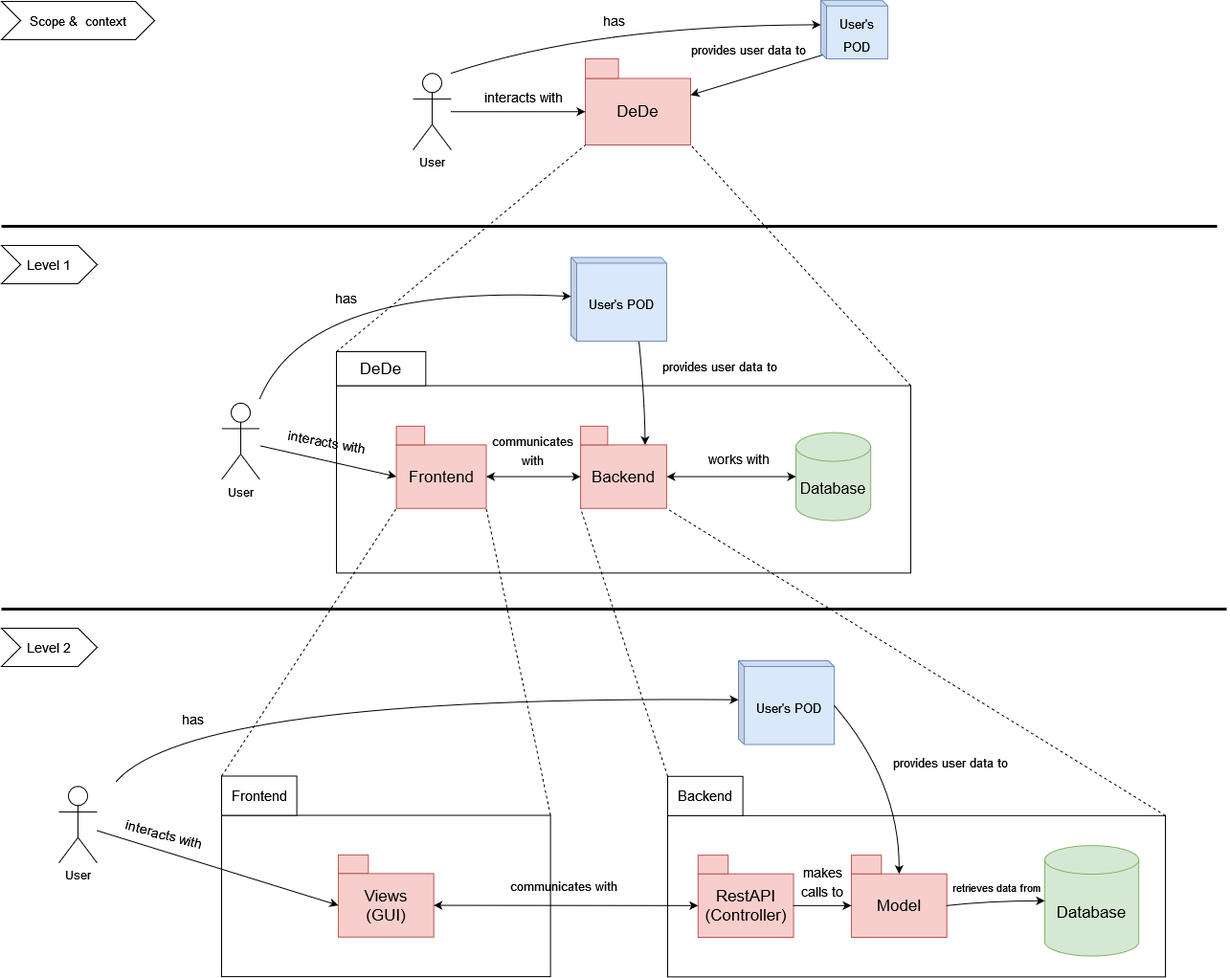
Arquisoft/dede_en2b keeps this draw.io diagram as docs/images/05_building_blocks_complete.png. Above is the earlier version. Source tidied: cells renumbered, new cells last; positions are measured from the earlier drawing's top-left corner, leaving out a move shared by most shapes.
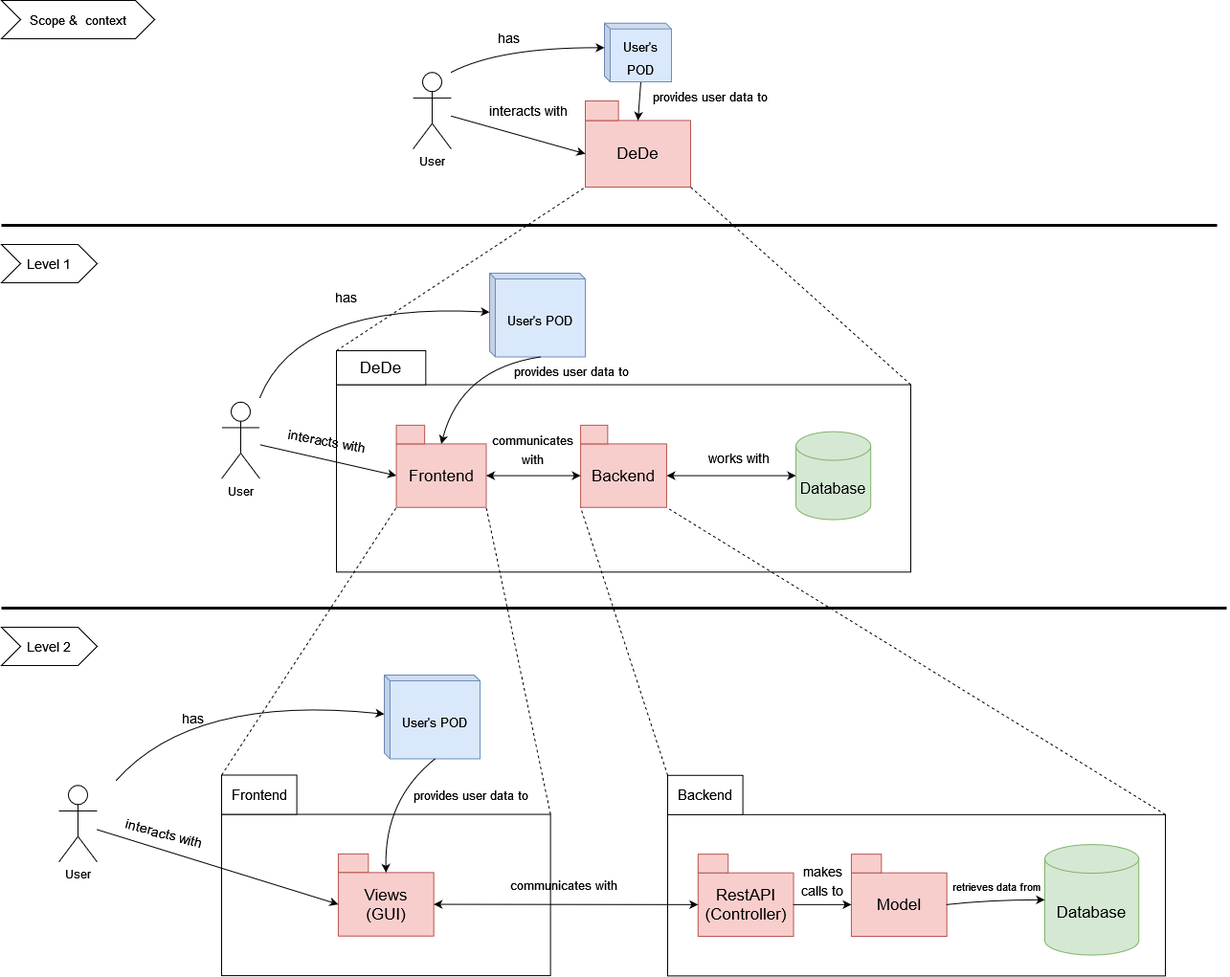
After the commit.

What changed in the source:
```diff
@@ -6,7 +6,7 @@
       <mxGeometry x="430" y="76.2" width="40" height="80" as="geometry" />
     </mxCell>
     <mxCell id="3" style="group;" parent="1" vertex="1">
-      <mxGeometry x="610" y="61" width="110" height="90" as="geometry" />
+      <mxGeometry x="610" y="106" width="110" height="90" as="geometry" />
     </mxCell>
     <mxCell id="4" value="&lt;font style=&quot;font-size: 17px&quot;&gt;DeDe&lt;/font&gt;" style="rounded=0;whiteSpace=wrap;html=1;fillColor=#f8cecc;strokeColor=#b85450;" parent="3" vertex="1">
       <mxGeometry y="20.5" width="110" height="69.5" as="geometry" />
@@ -17,17 +17,17 @@
     <mxCell id="6" style="endArrow=classic;html=1;rounded=0;fontSize=20;curved=1;entryX=0;entryY=0.5;entryDx=0;entryDy=0;" parent="1" edge="1" source="2" target="4">
       <mxGeometry relative="1" as="geometry" />
     </mxCell>
-    <mxCell id="7" style="edgeStyle=none;rounded=0;jettySize=auto;html=1;exitX=0;exitY=0;exitDx=5;exitDy=56.25;exitPerimeter=0;entryX=1;entryY=0.25;entryDx=0;entryDy=0;fontSize=13;elbow=vertical;" parent="1" edge="1" source="8" target="4">
+    <mxCell id="7" style="edgeStyle=none;rounded=0;jettySize=auto;html=1;exitX=0;exitY=0;exitDx=38;exitDy=61.25;exitPerimeter=0;entryX=0.5;entryY=0;entryDx=0;entryDy=0;fontSize=13;elbow=vertical;" parent="1" edge="1" source="8" target="4">
       <mxGeometry relative="1" as="geometry" />
     </mxCell>
     <mxCell id="8" value="&lt;font style=&quot;font-size: 13px&quot;&gt;User's POD&lt;/font&gt;" style="shape=cube;whiteSpace=wrap;html=1;boundedLbl=1;backgroundOutline=1;darkOpacity=0.05;darkOpacity2=0.1;fontSize=20;size=6;fillColor=#dae8fc;strokeColor=#6c8ebf;" parent="1" vertex="1">
-      <mxGeometry x="856" y="-0.2" width="70" height="61.2" as="geometry" />
+      <mxGeometry x="630" y="24.8" width="70" height="61.2" as="geometry" />
     </mxCell>
     <mxCell id="9" style="endArrow=classic;html=1;rounded=0;fontSize=13;curved=1;entryX=0;entryY=0;entryDx=0;entryDy=25.625;entryPerimeter=0;" parent="1" edge="1" target="8">
       <mxGeometry relative="1" as="geometry">
         <mxPoint x="470" y="76" as="sourcePoint" />
         <Array as="points">
-          <mxPoint x="620" y="26" />
+          <mxPoint x="520" y="50" />
         </Array>
       </mxGeometry>
     </mxCell>
@@ -76,14 +76,6 @@
     <mxCell id="23" style="rounded=0;whiteSpace=wrap;html=1;fillColor=#f8cecc;strokeColor=#b85450;" parent="21" vertex="1">
       <mxGeometry width="28.3" height="19.5" as="geometry" />
     </mxCell>
-    <mxCell id="24" style="edgeStyle=none;jettySize=auto;html=1;exitX=0;exitY=0;exitDx=5;exitDy=56.25;exitPerimeter=0;entryX=0.75;entryY=0;entryDx=0;entryDy=0;fontSize=13;elbow=vertical;curved=1;" parent="11" edge="1" target="22">
-      <mxGeometry relative="1" as="geometry">
-        <mxPoint x="246" as="sourcePoint" />
-        <Array as="points">
-          <mxPoint x="252" y="60" />
-        </Array>
-      </mxGeometry>
-    </mxCell>
     <mxCell id="25" style="endArrow=classic;startArrow=classic;html=1;shadow=0;fontSize=17;strokeWidth=1;curved=1;elbow=vertical;exitX=1;exitY=0.5;exitDx=0;exitDy=0;entryX=0;entryY=0.5;entryDx=0;entryDy=0;" parent="11" edge="1" source="18" target="22">
       <mxGeometry relative="1" as="geometry" />
     </mxCell>
@@ -91,16 +83,16 @@
       <mxGeometry x="105" y="100" width="60" height="27.9" as="geometry" />
     </mxCell>
     <mxCell id="27" value="&lt;font style=&quot;font-size: 13px&quot;&gt;provides user data to&lt;/font&gt;" style="text;html=1;align=center;verticalAlign=middle;strokeColor=none;fillColor=none;fontSize=17;" parent="11" vertex="1">
-      <mxGeometry x="260" y="11" width="140" height="30" as="geometry" />
+      <mxGeometry x="105" y="16.6" width="140" height="30" as="geometry" />
     </mxCell>
     <mxCell id="28" value="&lt;font style=&quot;font-size: 14px&quot;&gt;interacts with&lt;/font&gt;" style="text;html=1;align=center;verticalAlign=middle;strokeColor=none;fillColor=none;fontSize=17;" parent="1" vertex="1">
-      <mxGeometry x="495" y="86" width="100" height="30" as="geometry" />
+      <mxGeometry x="500" y="101.2" width="100" height="30" as="geometry" />
     </mxCell>
     <mxCell id="29" value="&lt;font style=&quot;font-size: 14px&quot;&gt;has&lt;/font&gt;" style="text;html=1;align=center;verticalAlign=middle;strokeColor=none;fillColor=none;fontSize=17;" parent="1" vertex="1">
-      <mxGeometry x="620" y="6" width="40" height="30" as="geometry" />
+      <mxGeometry x="510" y="24.8" width="40" height="30" as="geometry" />
     </mxCell>
     <mxCell id="30" value="&lt;font style=&quot;font-size: 13px&quot;&gt;provides user data to&lt;/font&gt;" style="text;html=1;align=center;verticalAlign=middle;strokeColor=none;fillColor=none;fontSize=17;" parent="1" vertex="1">
-      <mxGeometry x="710" y="36" width="140" height="30" as="geometry" />
+      <mxGeometry x="670" y="86" width="140" height="30" as="geometry" />
     </mxCell>
     <mxCell id="31" value="Level 1" style="shape=step;perimeter=stepPerimeter;whiteSpace=wrap;html=1;fixedSize=1;fontSize=14;" parent="1" vertex="1">
       <mxGeometry y="256" width="100" height="40" as="geometry" />
@@ -118,13 +110,13 @@
       </mxGeometry>
     </mxCell>
     <mxCell id="35" value="&lt;font style=&quot;font-size: 13px&quot;&gt;User's POD&lt;/font&gt;" style="shape=cube;whiteSpace=wrap;html=1;boundedLbl=1;backgroundOutline=1;darkOpacity=0.05;darkOpacity2=0.1;fontSize=20;size=6;fillColor=#dae8fc;strokeColor=#6c8ebf;" parent="1" vertex="1">
-      <mxGeometry x="595" y="268.5" width="100" height="87.5" as="geometry" />
+      <mxGeometry x="510" y="286" width="100" height="87.5" as="geometry" />
     </mxCell>
     <mxCell id="36" style="endArrow=classic;html=1;shadow=0;fontSize=17;strokeWidth=1;elbow=vertical;entryX=0;entryY=0;entryDx=0;entryDy=40.75;entryPerimeter=0;exitX=0;exitY=0;exitDx=0;exitDy=40.75;exitPerimeter=0;curved=1;" parent="1" edge="1" target="35">
       <mxGeometry relative="1" as="geometry">
         <mxPoint x="270" y="416" as="sourcePoint" />
         <Array as="points">
-          <mxPoint x="320" y="296" />
+          <mxPoint x="310" y="316" />
         </Array>
       </mxGeometry>
     </mxCell>
@@ -188,38 +180,38 @@
     <mxCell id="56" value="&lt;font style=&quot;font-size: 14px&quot;&gt;makes calls to&lt;/font&gt;" style="text;html=1;strokeColor=none;fillColor=none;align=center;verticalAlign=middle;whiteSpace=wrap;rounded=0;fontSize=16;" parent="48" vertex="1">
       <mxGeometry x="62" y="150.5" width="60" height="30" as="geometry" />
     </mxCell>
+    <mxCell id="58" value="&lt;font style=&quot;font-size: 11px&quot;&gt;retrieves data from&lt;/font&gt;" style="text;html=1;align=center;verticalAlign=middle;strokeColor=none;fillColor=none;fontSize=17;" parent="48" vertex="1">
+      <mxGeometry x="217.7" y="155.5" width="110" height="30" as="geometry" />
+    </mxCell>
+    <mxCell id="61" value="&lt;font style=&quot;font-size: 13px&quot;&gt;communicates with&lt;/font&gt;" style="text;html=1;strokeColor=none;fillColor=none;align=center;verticalAlign=middle;whiteSpace=wrap;rounded=0;fontSize=17;" parent="41" vertex="1">
+      <mxGeometry x="233.6" y="115.5" width="136.4" height="27.9" as="geometry" />
+    </mxCell>
+    <mxCell id="62" style="endArrow=classic;startArrow=classic;html=1;shadow=0;fontSize=16;strokeWidth=1;curved=1;elbow=vertical;exitX=1;exitY=0.5;exitDx=0;exitDy=0;entryX=0;entryY=0.5;entryDx=0;entryDy=0;" parent="41" edge="1" source="46" target="51">
+      <mxGeometry relative="1" as="geometry" />
+    </mxCell>
-    <mxCell id="57" value="&lt;font style=&quot;font-size: 13px&quot;&gt;provides user data to&lt;/font&gt;" style="text;html=1;align=center;verticalAlign=middle;strokeColor=none;fillColor=none;fontSize=17;" parent="48" vertex="1">
-      <mxGeometry x="155" y="25.3" width="140" height="30" as="geometry" />
+    <mxCell id="57" value="&lt;font style=&quot;font-size: 13px&quot;&gt;provides user data to&lt;/font&gt;" style="text;html=1;align=center;verticalAlign=middle;strokeColor=none;fillColor=none;fontSize=17;" parent="41" vertex="1">
+      <mxGeometry x="133.6" y="20" width="140" height="30" as="geometry" />
     </mxCell>
-    <mxCell id="58" value="&lt;font style=&quot;font-size: 11px&quot;&gt;retrieves data from&lt;/font&gt;" style="text;html=1;align=center;verticalAlign=middle;strokeColor=none;fillColor=none;fontSize=17;" parent="48" vertex="1">
-      <mxGeometry x="217.7" y="155.5" width="110" height="30" as="geometry" />
-    </mxCell>
+    <mxCell id="63" value="&lt;font style=&quot;font-size: 17px&quot;&gt;Database&lt;/font&gt;" style="shape=cylinder3;whiteSpace=wrap;html=1;boundedLbl=1;backgroundOutline=1;size=15;fontSize=13;fillColor=#d5e8d4;strokeColor=#82b366;" parent="40" vertex="1">
+      <mxGeometry x="723.6" y="237.1" width="98.2" height="115.5" as="geometry" />
+    </mxCell>
+    <mxCell id="64" style="jettySize=auto;html=1;exitX=1;exitY=0.5;exitDx=0;exitDy=0;entryX=0;entryY=0.5;entryDx=0;entryDy=0;entryPerimeter=0;shadow=0;fontSize=17;endArrow=classic;endFill=1;strokeWidth=1;elbow=vertical;curved=1;" parent="40" edge="1" source="53" target="63">
+      <mxGeometry relative="1" as="geometry">
+        <Array as="points">
+          <mxPoint x="663.6" y="295" />
+        </Array>
+      </mxGeometry>
+    </mxCell>
-    <mxCell id="59" value="&lt;font style=&quot;font-size: 13px&quot;&gt;User's POD&lt;/font&gt;" style="shape=cube;whiteSpace=wrap;html=1;boundedLbl=1;backgroundOutline=1;darkOpacity=0.05;darkOpacity2=0.1;fontSize=20;size=6;fillColor=#dae8fc;strokeColor=#6c8ebf;" parent="47" vertex="1">
-      <mxGeometry x="4" width="100" height="87.5" as="geometry" />
+    <mxCell id="59" value="&lt;font style=&quot;font-size: 13px&quot;&gt;User's POD&lt;/font&gt;" style="shape=cube;whiteSpace=wrap;html=1;boundedLbl=1;backgroundOutline=1;darkOpacity=0.05;darkOpacity2=0.1;fontSize=20;size=6;fillColor=#dae8fc;strokeColor=#6c8ebf;" parent="40" vertex="1">
+      <mxGeometry x="33.6" y="60" width="100" height="87.5" as="geometry" />
     </mxCell>
-    <mxCell id="60" style="endArrow=classic;html=1;shadow=0;fontSize=17;strokeWidth=1;curved=1;elbow=vertical;exitX=0;exitY=0;exitDx=100;exitDy=46.75;exitPerimeter=0;entryX=0.5;entryY=0;entryDx=0;entryDy=0;" parent="47" edge="1" source="59" target="53">
+    <mxCell id="60" style="endArrow=classic;html=1;shadow=0;fontSize=17;strokeWidth=1;curved=1;elbow=vertical;exitX=0;exitY=0;exitDx=53;exitDy=87.5;exitPerimeter=0;entryX=0.5;entryY=0;entryDx=0;entryDy=0;" parent="40" edge="1" source="59" target="46">
       <mxGeometry relative="1" as="geometry">
         <Array as="points">
-          <mxPoint x="172" y="126" />
+          <mxPoint x="33.6" y="190" />
         </Array>
       </mxGeometry>
     </mxCell>
-    <mxCell id="61" value="&lt;font style=&quot;font-size: 13px&quot;&gt;communicates with&lt;/font&gt;" style="text;html=1;strokeColor=none;fillColor=none;align=center;verticalAlign=middle;whiteSpace=wrap;rounded=0;fontSize=17;" parent="41" vertex="1">
-      <mxGeometry x="233.6" y="115.5" width="136.4" height="27.9" as="geometry" />
-    </mxCell>
-    <mxCell id="62" style="endArrow=classic;startArrow=classic;html=1;shadow=0;fontSize=16;strokeWidth=1;curved=1;elbow=vertical;exitX=1;exitY=0.5;exitDx=0;exitDy=0;entryX=0;entryY=0.5;entryDx=0;entryDy=0;" parent="41" edge="1" source="46" target="51">
-      <mxGeometry relative="1" as="geometry" />
-    </mxCell>
-    <mxCell id="63" value="&lt;font style=&quot;font-size: 17px&quot;&gt;Database&lt;/font&gt;" style="shape=cylinder3;whiteSpace=wrap;html=1;boundedLbl=1;backgroundOutline=1;size=15;fontSize=13;fillColor=#d5e8d4;strokeColor=#82b366;" parent="40" vertex="1">
-      <mxGeometry x="723.6" y="237.1" width="98.2" height="115.5" as="geometry" />
-    </mxCell>
-    <mxCell id="64" style="jettySize=auto;html=1;exitX=1;exitY=0.5;exitDx=0;exitDy=0;entryX=0;entryY=0.5;entryDx=0;entryDy=0;entryPerimeter=0;shadow=0;fontSize=17;endArrow=classic;endFill=1;strokeWidth=1;elbow=vertical;curved=1;" parent="40" edge="1" source="53" target="63">
-      <mxGeometry relative="1" as="geometry">
-        <Array as="points">
-          <mxPoint x="663.6" y="295" />
-        </Array>
-      </mxGeometry>
-    </mxCell>
     <mxCell id="65" value="&lt;div&gt;User&lt;/div&gt;" style="shape=umlActor;verticalLabelPosition=bottom;verticalAlign=top;html=1;outlineConnect=0;" parent="1" vertex="1">
       <mxGeometry x="60" y="821.3" width="40" height="80" as="geometry" />
     </mxCell>
@@ -261,5 +253,12 @@
     <mxCell id="76" value="&lt;font style=&quot;font-size: 13px&quot;&gt;Scope &amp;amp;&amp;nbsp; context&lt;/font&gt;" style="shape=step;perimeter=stepPerimeter;whiteSpace=wrap;html=1;fixedSize=1;fontSize=14;" parent="1" vertex="1">
       <mxGeometry y="1" width="160" height="40" as="geometry" />
     </mxCell>
+    <mxCell id="24" style="edgeStyle=none;jettySize=auto;html=1;exitX=0;exitY=0;exitDx=53;exitDy=87.5;exitPerimeter=0;entryX=0.5;entryY=0;entryDx=0;entryDy=0;fontSize=13;elbow=vertical;curved=1;" parent="1" edge="1" source="35" target="18">
+      <mxGeometry relative="1" as="geometry">
+        <Array as="points">
+          <mxPoint x="480" y="386" />
+        </Array>
+      </mxGeometry>
+    </mxCell>
   </root>
 </mxGraphModel>
```
